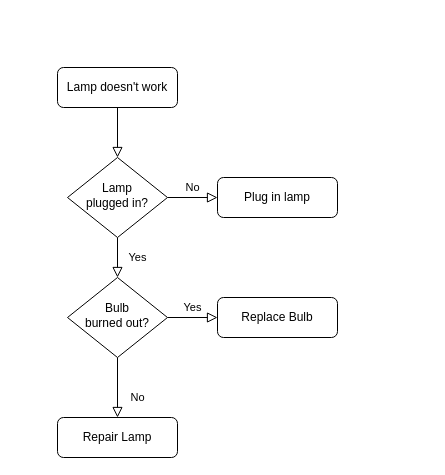
Before: Untitled Diagram.drawio in technodactyl/hangman, a draw.io diagram. Source tidied: cells renumbered, new cells numbered last; positions are measured from the earlier drawing's top-left corner, leaving out a move shared by most shapes. Both pictures are drawn from the tidied source at 100%, with x=0, y=0 at pixel (57, 67).
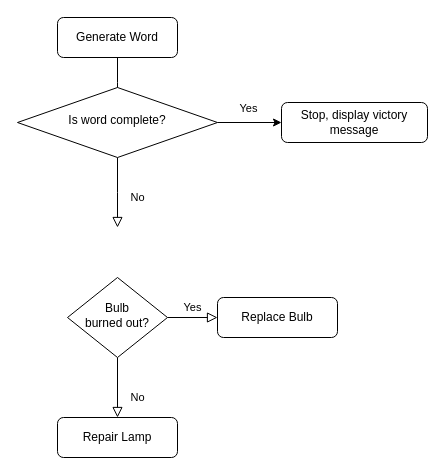
After the change.

Diff of the diagram source:
```diff
@@
 <mxGraphModel>
   <root>
     <mxCell id="0" />
     <mxCell id="1" parent="0" />
-    <mxCell id="2" style="rounded=0;html=1;jettySize=auto;fontSize=11;endArrow=block;endFill=0;endSize=8;strokeWidth=1;shadow=0;labelBackgroundColor=none;edgeStyle=orthogonalEdgeStyle;" parent="1" edge="1" source="3" target="6">
-      <mxGeometry relative="1" as="geometry" />
+    <mxCell id="2" style="rounded=0;html=1;jettySize=auto;fontSize=11;endArrow=block;endFill=0;endSize=8;strokeWidth=1;shadow=0;labelBackgroundColor=none;edgeStyle=orthogonalEdgeStyle;" parent="1" edge="1" source="3">
+      <mxGeometry relative="1" as="geometry">
+        <mxPoint x="60" y="40" as="targetPoint" />
+      </mxGeometry>
     </mxCell>
-    <mxCell id="3" value="Lamp doesn't work" style="rounded=1;whiteSpace=wrap;html=1;fontSize=12;glass=0;strokeWidth=1;shadow=0;" parent="1" vertex="1">
-      <mxGeometry width="120" height="40" as="geometry" />
+    <mxCell id="3" value="Generate Word" style="rounded=1;whiteSpace=wrap;html=1;fontSize=12;glass=0;strokeWidth=1;shadow=0;" parent="1" vertex="1">
+      <mxGeometry y="-50" width="120" height="40" as="geometry" />
     </mxCell>
-    <mxCell id="4" value="Yes" style="rounded=0;html=1;jettySize=auto;fontSize=11;endArrow=block;endFill=0;endSize=8;strokeWidth=1;shadow=0;labelBackgroundColor=none;edgeStyle=orthogonalEdgeStyle;" parent="1" edge="1" source="6" target="10">
-      <mxGeometry y="20" relative="1" as="geometry" />
+    <mxCell id="4" value="No" style="rounded=0;html=1;jettySize=auto;fontSize=11;endArrow=block;endFill=0;endSize=8;strokeWidth=1;shadow=0;labelBackgroundColor=none;edgeStyle=orthogonalEdgeStyle;" parent="1" edge="1" source="6">
+      <mxGeometry x="0.14" y="20" relative="1" as="geometry">
+        <mxPoint x="60" y="160" as="targetPoint" />
+      </mxGeometry>
     </mxCell>
-    <mxCell id="5" value="No" style="edgeStyle=orthogonalEdgeStyle;rounded=0;html=1;jettySize=auto;fontSize=11;endArrow=block;endFill=0;endSize=8;strokeWidth=1;shadow=0;labelBackgroundColor=none;" parent="1" edge="1" source="6" target="7">
-      <mxGeometry y="10" relative="1" as="geometry" />
-    </mxCell>
+    <mxCell id="13" style="edgeStyle=orthogonalEdgeStyle;rounded=0;jettySize=auto;html=1;exitX=1;exitY=0.5;exitDx=0;exitDy=0;entryX=0;entryY=0.5;entryDx=0;entryDy=0;" parent="1" edge="1" source="6" target="15">
+      <mxGeometry relative="1" as="geometry" />
+    </mxCell>
+    <mxCell id="14" value="Yes" style="edgeLabel;html=1;align=center;verticalAlign=middle;" parent="13" vertex="1">
+      <mxGeometry x="0.06" y="-3" relative="1" as="geometry">
+        <mxPoint x="-4" y="-18" as="offset" />
+      </mxGeometry>
+    </mxCell>
-    <mxCell id="6" value="Lamp&lt;br&gt;plugged in?" style="rhombus;whiteSpace=wrap;html=1;shadow=0;fontFamily=Helvetica;fontSize=12;align=center;strokeWidth=1;spacing=6;spacingTop=-4;" parent="1" vertex="1">
-      <mxGeometry x="10" y="90" width="100" height="80" as="geometry" />
+    <mxCell id="6" value="Is word complete?" style="rhombus;whiteSpace=wrap;html=1;shadow=0;fontFamily=Helvetica;fontSize=12;align=center;strokeWidth=1;spacing=6;spacingTop=-4;" parent="1" vertex="1">
+      <mxGeometry x="-40" y="20" width="200" height="70" as="geometry" />
     </mxCell>
-    <mxCell id="7" value="Plug in lamp" style="rounded=1;whiteSpace=wrap;html=1;fontSize=12;glass=0;strokeWidth=1;shadow=0;" parent="1" vertex="1">
-      <mxGeometry x="160" y="110" width="120" height="40" as="geometry" />
-    </mxCell>
     <mxCell id="8" value="No" style="rounded=0;html=1;jettySize=auto;fontSize=11;endArrow=block;endFill=0;endSize=8;strokeWidth=1;shadow=0;labelBackgroundColor=none;edgeStyle=orthogonalEdgeStyle;" parent="1" edge="1" source="10" target="11">
       <mxGeometry x="0.33" y="20" relative="1" as="geometry" />
     </mxCell>
     <mxCell id="9" value="Yes" style="edgeStyle=orthogonalEdgeStyle;rounded=0;html=1;jettySize=auto;fontSize=11;endArrow=block;endFill=0;endSize=8;strokeWidth=1;shadow=0;labelBackgroundColor=none;" parent="1" edge="1" source="10" target="12">
       <mxGeometry y="10" relative="1" as="geometry" />
     </mxCell>
     <mxCell id="10" value="Bulb&lt;br&gt;burned out?" style="rhombus;whiteSpace=wrap;html=1;shadow=0;fontFamily=Helvetica;fontSize=12;align=center;strokeWidth=1;spacing=6;spacingTop=-4;" parent="1" vertex="1">
       <mxGeometry x="10" y="210" width="100" height="80" as="geometry" />
     </mxCell>
     <mxCell id="11" value="Repair Lamp" style="rounded=1;whiteSpace=wrap;html=1;fontSize=12;glass=0;strokeWidth=1;shadow=0;" parent="1" vertex="1">
       <mxGeometry y="350" width="120" height="40" as="geometry" />
     </mxCell>
     <mxCell id="12" value="Replace Bulb" style="rounded=1;whiteSpace=wrap;html=1;fontSize=12;glass=0;strokeWidth=1;shadow=0;" parent="1" vertex="1">
       <mxGeometry x="160" y="230" width="120" height="40" as="geometry" />
     </mxCell>
+    <mxCell id="15" value="Stop, display victory message" style="rounded=1;whiteSpace=wrap;html=1;" parent="1" vertex="1">
+      <mxGeometry x="224" y="35" width="146" height="40" as="geometry" />
+    </mxCell>
   </root>
 </mxGraphModel>
```
